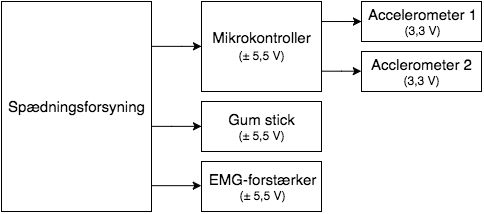
mariakroustrup/ST4 keeps this draw.io diagram as figures/samlet_spaending.png. Above is the earlier version. Source tidied: cells renumbered, new cells last; positions are measured from the earlier drawing's top-left corner, leaving out a move shared by most shapes.
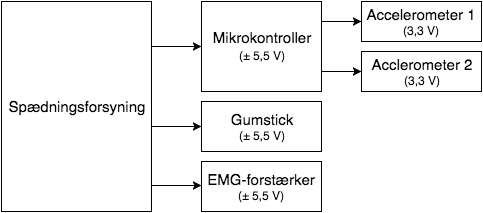
After the commit.

What changed in the source:
```diff
@@ -49,7 +49,7 @@
     <mxCell id="8" value="&lt;font style=&quot;font-size: 15px&quot;&gt;Mikrokontroller&lt;/font&gt;&lt;div&gt;&lt;span style=&quot;line-height: 18px&quot;&gt;&lt;font style=&quot;font-size: 12px&quot;&gt;(&lt;/font&gt;&lt;/span&gt;&lt;span style=&quot;line-height: 18px&quot;&gt;± 5,5 V)&lt;/span&gt;&lt;/div&gt;" style="whiteSpace=wrap;html=1;labelBackgroundColor=none;strokeColor=#000000;fillColor=none;" parent="1" vertex="1">
       <mxGeometry x="200" width="120" height="90" as="geometry" />
     </mxCell>
-    <mxCell id="9" value="&lt;font style=&quot;font-size: 15px&quot;&gt;Gum stick&lt;/font&gt;&lt;div&gt;&lt;font&gt;&lt;font&gt;(&lt;/font&gt;&lt;/font&gt;&lt;span&gt;±&amp;nbsp;&lt;/span&gt;&lt;span&gt;5,5 V)&lt;/span&gt;&lt;/div&gt;" style="whiteSpace=wrap;html=1;labelBackgroundColor=none;strokeColor=#000000;fillColor=none;strokeWidth=1;" parent="1" vertex="1">
+    <mxCell id="9" value="&lt;font style=&quot;font-size: 15px&quot;&gt;Gumstick&lt;/font&gt;&lt;div&gt;&lt;font&gt;&lt;font&gt;(&lt;/font&gt;&lt;/font&gt;&lt;span&gt;±&amp;nbsp;&lt;/span&gt;&lt;span&gt;5,5 V)&lt;/span&gt;&lt;/div&gt;" style="whiteSpace=wrap;html=1;labelBackgroundColor=none;strokeColor=#000000;fillColor=none;strokeWidth=1;" parent="1" vertex="1">
       <mxGeometry x="200" y="100" width="120" height="50" as="geometry" />
     </mxCell>
     <mxCell id="10" value="&lt;font style=&quot;font-size: 15px&quot;&gt;EMG-forstærker&lt;/font&gt;&lt;div&gt;&lt;font&gt;(&lt;/font&gt;&lt;span&gt;±&lt;/span&gt;&lt;span&gt;&amp;nbsp;5,5 V)&lt;/span&gt;&lt;/div&gt;" style="whiteSpace=wrap;html=1;labelBackgroundColor=none;strokeColor=#000000;fillColor=none;strokeWidth=1;" parent="1" vertex="1">
```
